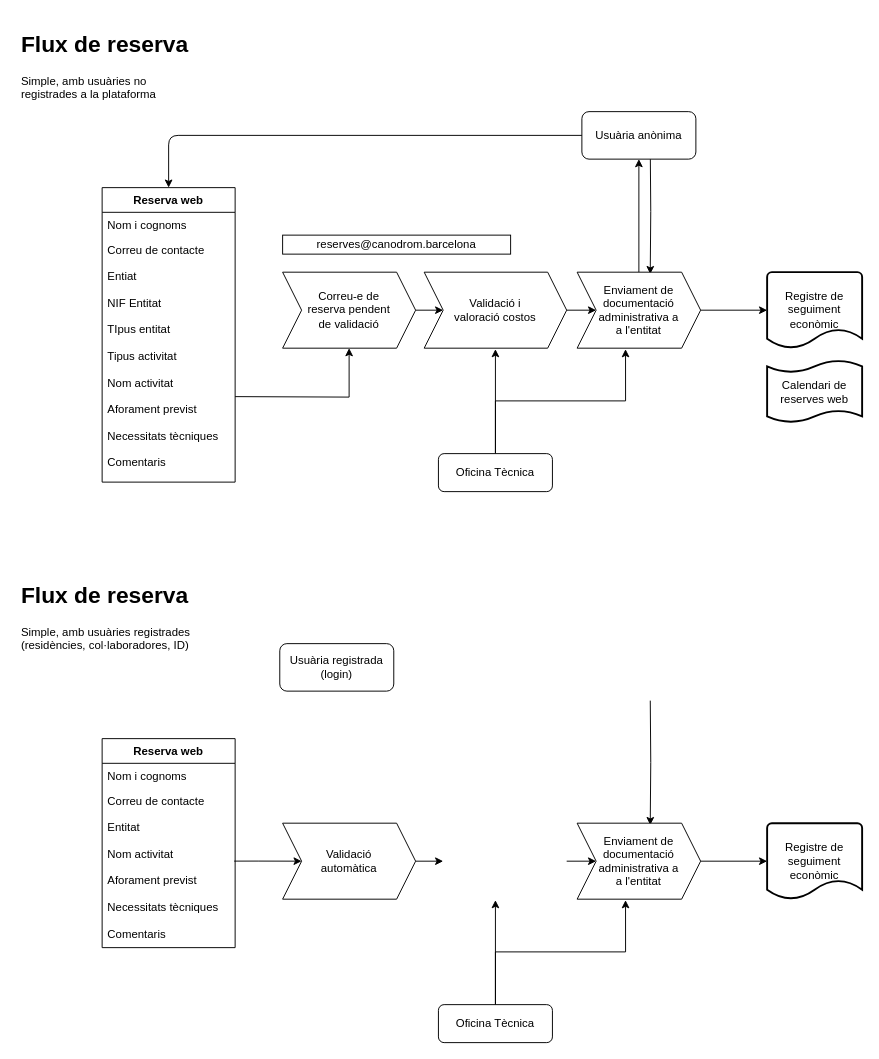
Earlier version of the draw.io diagram ReservesCanodrom.drawio (nuria-alonso/diagrames). Source tidied: cells renumbered, new cells numbered last; positions are measured from the earlier drawing's top-left corner, leaving out a move shared by most shapes. Both pictures are drawn from the tidied source at 95%, with x=0, y=0 at pixel (16, 26).
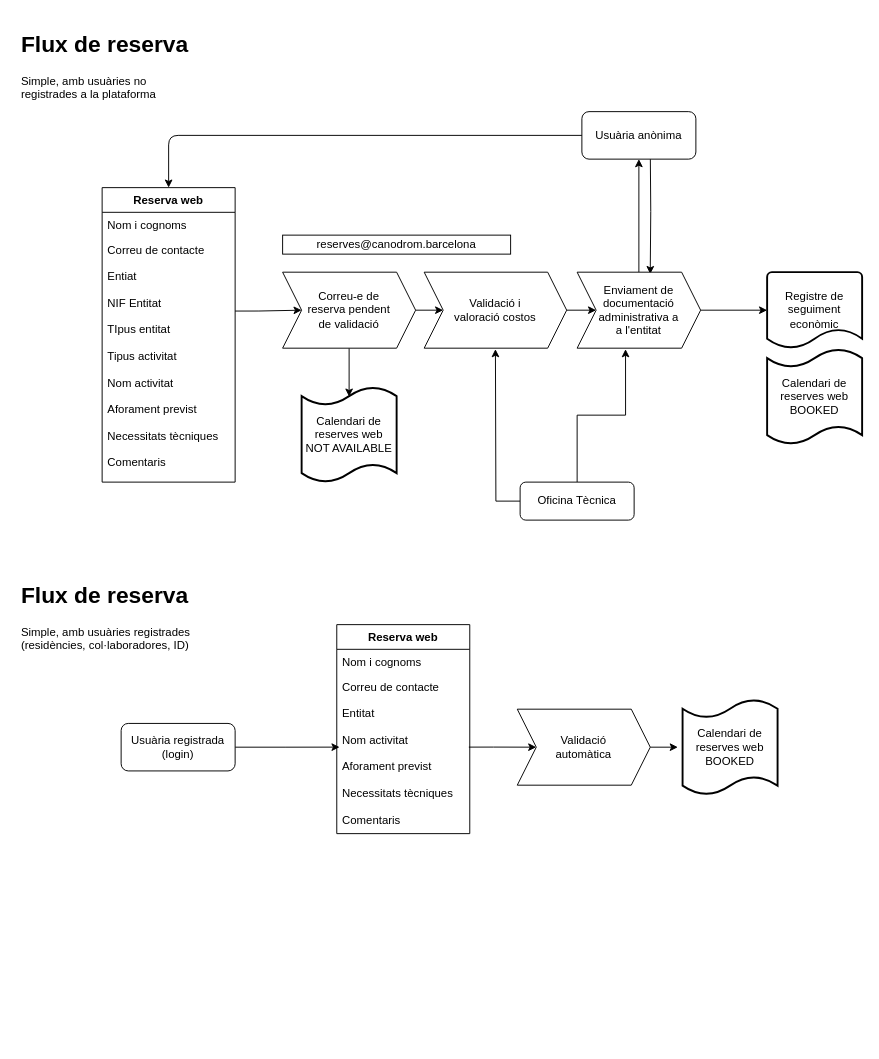
The same diagram, later.

The change refers to these unchanged cells:
```xml
<mxCell id="8" value="Correu de contacte&#10;&#10;Entiat&#10;&#10;NIF Entitat&#10;&#10;TIpus entitat&#10;&#10;Tipus activitat&#10;&#10;Nom activitat&#10;&#10;Aforament previst&#10;&#10;Necessitats tècniques&#10;&#10;Comentaris&#10;" style="text;strokeColor=none;fillColor=none;align=left;verticalAlign=top;spacingLeft=4;spacingRight=4;overflow=hidden;points=[[0,0.5],[1,0.5]];portConstraint=eastwest;" parent="6" vertex="1">
  <mxGeometry y="52" width="140" height="258" as="geometry" />
</mxCell>
<mxCell id="10" value="Correu-e de&lt;br&gt;&lt;div&gt; reserva pendent &lt;br&gt;&lt;/div&gt;&lt;div&gt;de validació&lt;/div&gt;" style="shape=step;perimeter=stepPerimeter;whiteSpace=wrap;html=1;fixedSize=1;" parent="1" vertex="1">
  <mxGeometry x="280" y="259" width="140" height="80" as="geometry" />
</mxCell>
<mxCell id="27" value="Correu de contacte&#10;&#10;Entitat&#10;&#10;Nom activitat&#10;&#10;Aforament previst&#10;&#10;Necessitats tècniques&#10;&#10;Comentaris&#10;" style="text;strokeColor=none;fillColor=none;align=left;verticalAlign=top;spacingLeft=4;spacingRight=4;overflow=hidden;points=[[0,0.5],[1,0.5]];portConstraint=eastwest;" parent="25" vertex="1">
  <mxGeometry y="52" width="140" height="168" as="geometry" />
</mxCell>
```

Diff of the diagram source:
```diff
@@
+    <mxCell id="39" style="edgeStyle=orthogonalEdgeStyle;rounded=0;jettySize=auto;html=1;exitX=0.5;exitY=1;exitDx=0;exitDy=0;entryX=0.5;entryY=0.1;entryDx=0;entryDy=0;entryPerimeter=0;" parent="1" edge="1" source="10" target="41">
+      <mxGeometry relative="1" as="geometry" />
+    </mxCell>
@@
-    <mxCell id="11" style="edgeStyle=orthogonalEdgeStyle;rounded=0;jettySize=auto;html=1;exitX=1;exitY=0.5;exitDx=0;exitDy=0;" parent="1" edge="1" target="10">
-      <mxGeometry relative="1" as="geometry">
-        <mxPoint x="230" y="390" as="sourcePoint" />
-      </mxGeometry>
+    <mxCell id="11" style="edgeStyle=orthogonalEdgeStyle;rounded=0;jettySize=auto;html=1;exitX=1;exitY=0.302;exitDx=0;exitDy=0;exitPerimeter=0;" parent="1" edge="1" source="8" target="10">
+      <mxGeometry relative="1" as="geometry" />
     </mxCell>
@@
     <mxCell id="16" value="Oficina Tècnica" style="rounded=1;whiteSpace=wrap;html=1;" parent="1" vertex="1">
-      <mxGeometry x="444" y="450" width="120" height="40" as="geometry" />
+      <mxGeometry x="530" y="480" width="120" height="40" as="geometry" />
     </mxCell>
@@
-    <mxCell id="23" style="edgeStyle=orthogonalEdgeStyle;rounded=0;jettySize=auto;html=1;entryX=0.592;entryY=0.025;entryDx=0;entryDy=0;entryPerimeter=0;" parent="1" edge="1" target="36">
-      <mxGeometry relative="1" as="geometry">
-        <mxPoint x="667" y="710" as="sourcePoint" />
-      </mxGeometry>
-    </mxCell>
+    <mxCell id="40" style="edgeStyle=orthogonalEdgeStyle;rounded=0;jettySize=auto;html=1;entryX=0.021;entryY=0.458;entryDx=0;entryDy=0;entryPerimeter=0;" parent="1" edge="1" source="24" target="27">
+      <mxGeometry relative="1" as="geometry" />
+    </mxCell>
     <mxCell id="24" value="Usuària registrada (login)" style="rounded=1;whiteSpace=wrap;html=1;" parent="1" vertex="1">
-      <mxGeometry x="277" y="650" width="120" height="50" as="geometry" />
+      <mxGeometry x="110" y="734" width="120" height="50" as="geometry" />
     </mxCell>
     <mxCell id="25" value="Reserva web" style="swimlane;fontStyle=1;horizontal=1;startSize=26;" parent="1" vertex="1">
-      <mxGeometry x="90" y="750" width="140" height="220" as="geometry" />
+      <mxGeometry x="337" y="630" width="140" height="220" as="geometry" />
     </mxCell>
@@
     <mxCell id="28" style="edgeStyle=orthogonalEdgeStyle;rounded=0;jettySize=auto;html=1;exitX=1;exitY=0.5;exitDx=0;exitDy=0;entryX=0;entryY=0.5;entryDx=0;entryDy=0;" parent="1" edge="1" source="29">
       <mxGeometry relative="1" as="geometry">
-        <mxPoint x="449" y="879" as="targetPoint" />
+        <mxPoint x="696" y="759" as="targetPoint" />
       </mxGeometry>
     </mxCell>
     <mxCell id="29" value="Validació &lt;br&gt;automàtica" style="shape=step;perimeter=stepPerimeter;whiteSpace=wrap;html=1;fixedSize=1;" parent="1" vertex="1">
-      <mxGeometry x="280" y="839" width="140" height="80" as="geometry" />
+      <mxGeometry x="527" y="719" width="140" height="80" as="geometry" />
     </mxCell>
@@
-    <mxCell id="31" style="edgeStyle=orthogonalEdgeStyle;rounded=0;jettySize=auto;html=1;exitX=1;exitY=0.5;exitDx=0;exitDy=0;entryX=0;entryY=0.5;entryDx=0;entryDy=0;" parent="1" edge="1" target="36">
-      <mxGeometry relative="1" as="geometry">
-        <mxPoint x="579" y="879" as="sourcePoint" />
-      </mxGeometry>
-    </mxCell>
-    <mxCell id="32" style="edgeStyle=orthogonalEdgeStyle;rounded=0;jettySize=auto;html=1;" parent="1" edge="1" source="34">
-      <mxGeometry relative="1" as="geometry">
-        <mxPoint x="504" y="920" as="targetPoint" />
-      </mxGeometry>
-    </mxCell>
-    <mxCell id="33" style="edgeStyle=orthogonalEdgeStyle;rounded=0;jettySize=auto;html=1;exitX=0.5;exitY=0;exitDx=0;exitDy=0;entryX=0.392;entryY=1.013;entryDx=0;entryDy=0;entryPerimeter=0;" parent="1" edge="1" source="34" target="36">
-      <mxGeometry relative="1" as="geometry" />
-    </mxCell>
-    <mxCell id="34" value="Oficina Tècnica" style="rounded=1;whiteSpace=wrap;html=1;" parent="1" vertex="1">
-      <mxGeometry x="444" y="1030" width="120" height="40" as="geometry" />
-    </mxCell>
-    <mxCell id="35" style="edgeStyle=orthogonalEdgeStyle;rounded=0;jettySize=auto;html=1;exitX=1;exitY=0.5;exitDx=0;exitDy=0;" parent="1" edge="1" source="36" target="37">
-      <mxGeometry relative="1" as="geometry" />
-    </mxCell>
-    <mxCell id="36" value="Enviament de documentació administrativa a&lt;br&gt;a l'entitat" style="shape=step;perimeter=stepPerimeter;whiteSpace=wrap;html=1;fixedSize=1;" parent="1" vertex="1">
-      <mxGeometry x="590" y="839" width="130" height="80" as="geometry" />
-    </mxCell>
-    <mxCell id="37" value="Registre de seguiment econòmic" style="strokeWidth=2;html=1;shape=mxgraph.flowchart.document2;whiteSpace=wrap;size=0.25;" parent="1" vertex="1">
-      <mxGeometry x="790" y="839" width="100" height="80" as="geometry" />
-    </mxCell>
-    <mxCell id="38" value="Calendari de reserves web" style="shape=tape;whiteSpace=wrap;html=1;strokeWidth=2;size=0.19;" parent="1" vertex="1">
-      <mxGeometry x="790" y="352" width="100" height="65" as="geometry" />
+    <mxCell id="38" value="&lt;div&gt;Calendari de reserves web&lt;/div&gt;&lt;div&gt;BOOKED&lt;br&gt;&lt;/div&gt;" style="shape=tape;whiteSpace=wrap;html=1;strokeWidth=2;size=0.19;" parent="1" vertex="1">
+      <mxGeometry x="790" y="340" width="100" height="100" as="geometry" />
     </mxCell>
+    <mxCell id="41" value="&lt;div&gt;Calendari de reserves web&lt;/div&gt;&lt;div&gt;NOT AVAILABLE&lt;br&gt;&lt;/div&gt;" style="shape=tape;whiteSpace=wrap;html=1;strokeWidth=2;size=0.19;" parent="1" vertex="1">
+      <mxGeometry x="300" y="380" width="100" height="100" as="geometry" />
+    </mxCell>
+    <mxCell id="42" value="&lt;div&gt;Calendari de reserves web&lt;/div&gt;&lt;div&gt;BOOKED&lt;br&gt;&lt;/div&gt;" style="shape=tape;whiteSpace=wrap;html=1;strokeWidth=2;size=0.19;" parent="1" vertex="1">
+      <mxGeometry x="701" y="709" width="100" height="100" as="geometry" />
+    </mxCell>
```
